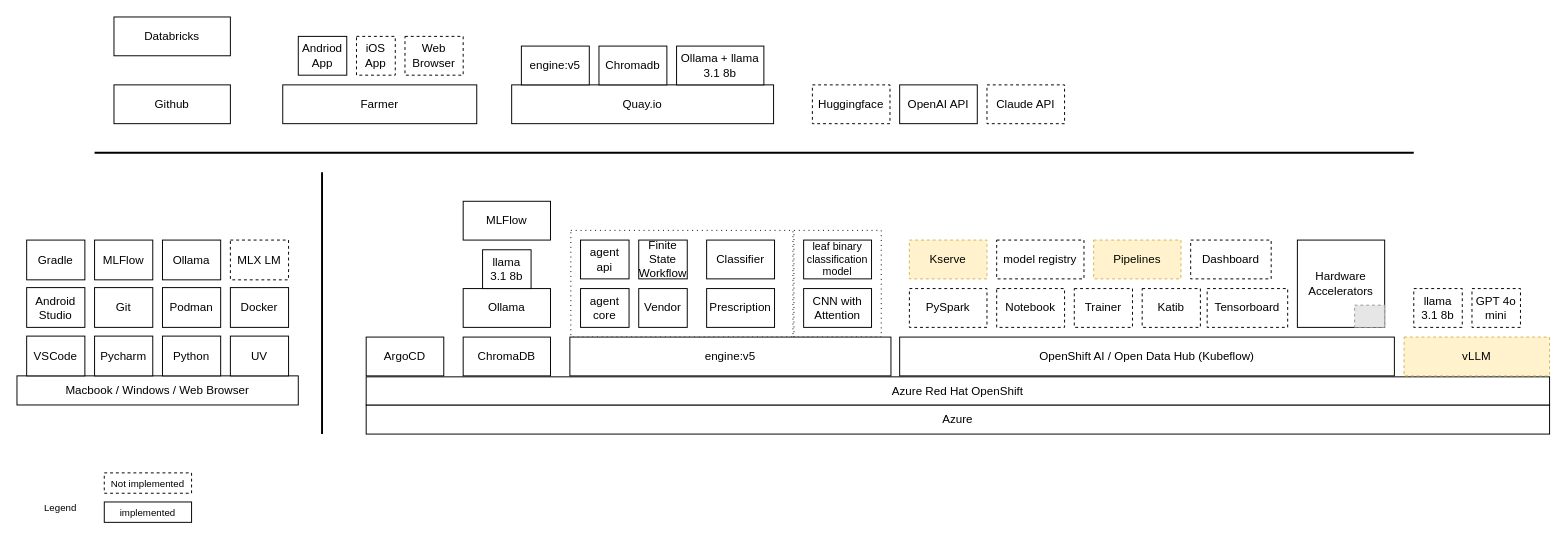
The draw.io diagram page "Deployment-Architecture" (3 of 11) of docs/architecture.drawio in cds-9-group-6/sasya-chikitsa, before the edit. Source tidied: cells renumbered, new cells numbered last; positions are measured from the earlier drawing's top-left corner, leaving out a move shared by most shapes. Both pictures are drawn from the tidied source at 97%, with x=0, y=0 at pixel (16, 16). Pictures stored in the file or linked from it are replaced by grey dashed boxes.
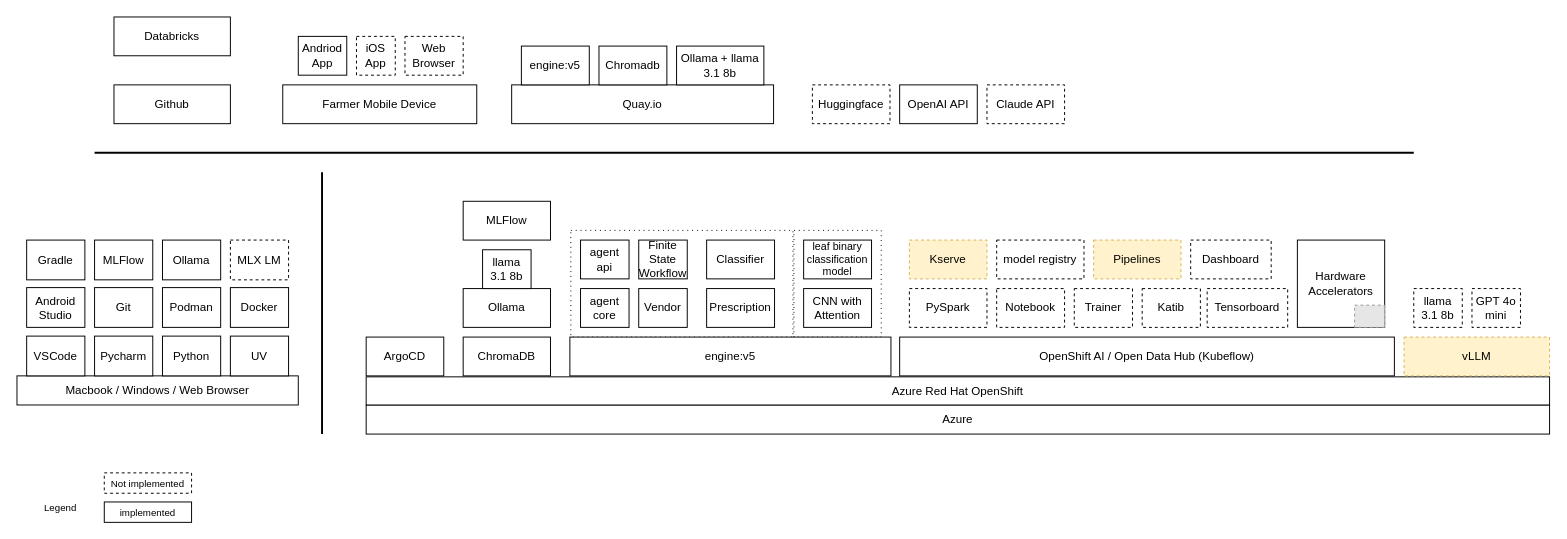
The same diagram, later.

The edit, as a diff of the source:
```diff
@@
-    <mxCell id="37" value="Farmer" style="rounded=0;whiteSpace=wrap;html=1;" parent="1" vertex="1">
+    <mxCell id="37" value="Farmer Mobile Device" style="rounded=0;whiteSpace=wrap;html=1;" parent="1" vertex="1">
       <mxGeometry x="274" y="70" width="200" height="40" as="geometry" />
     </mxCell>
```
